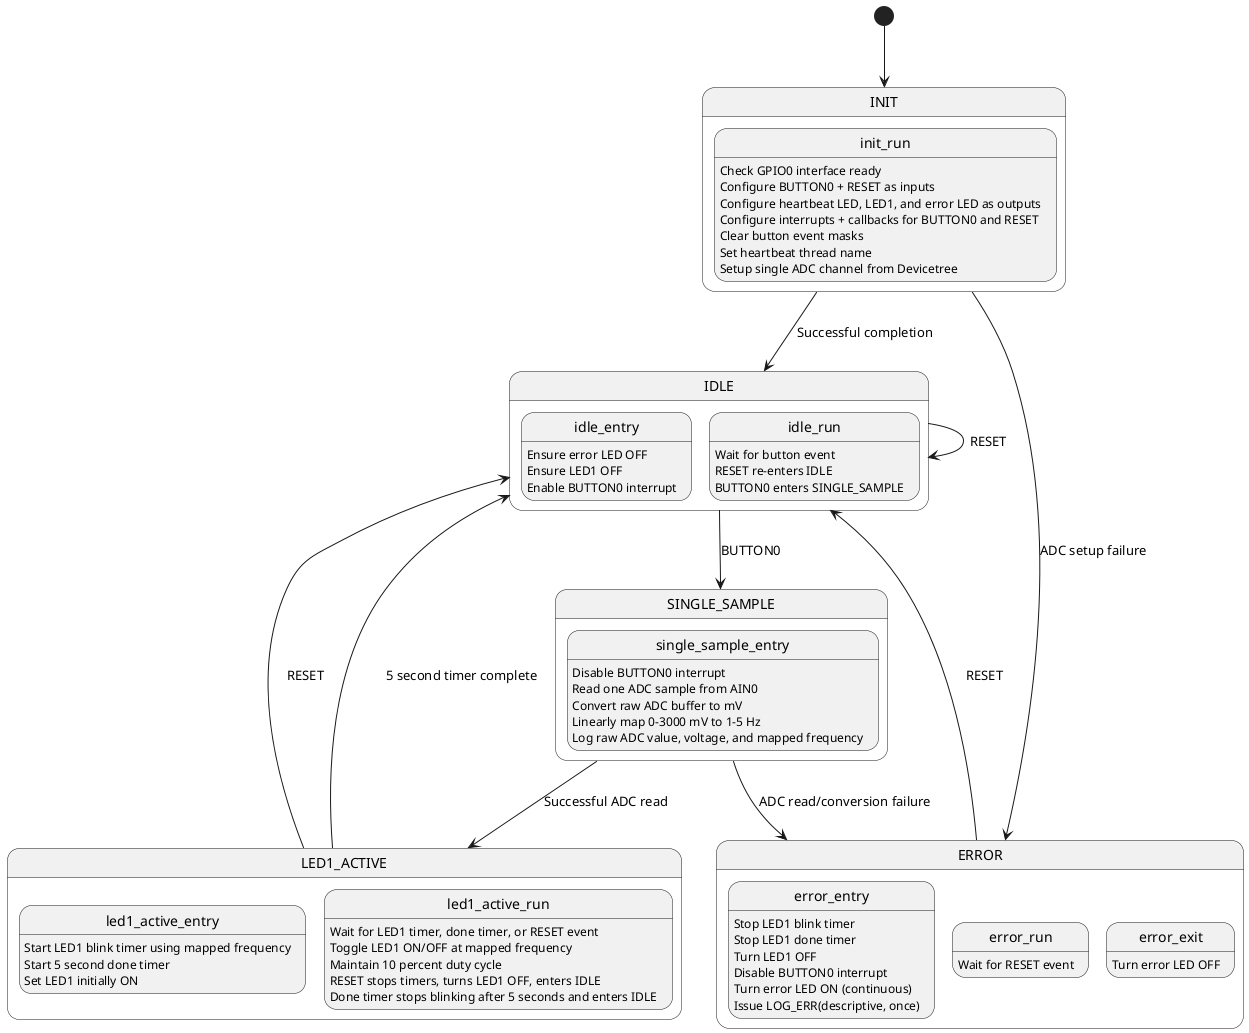
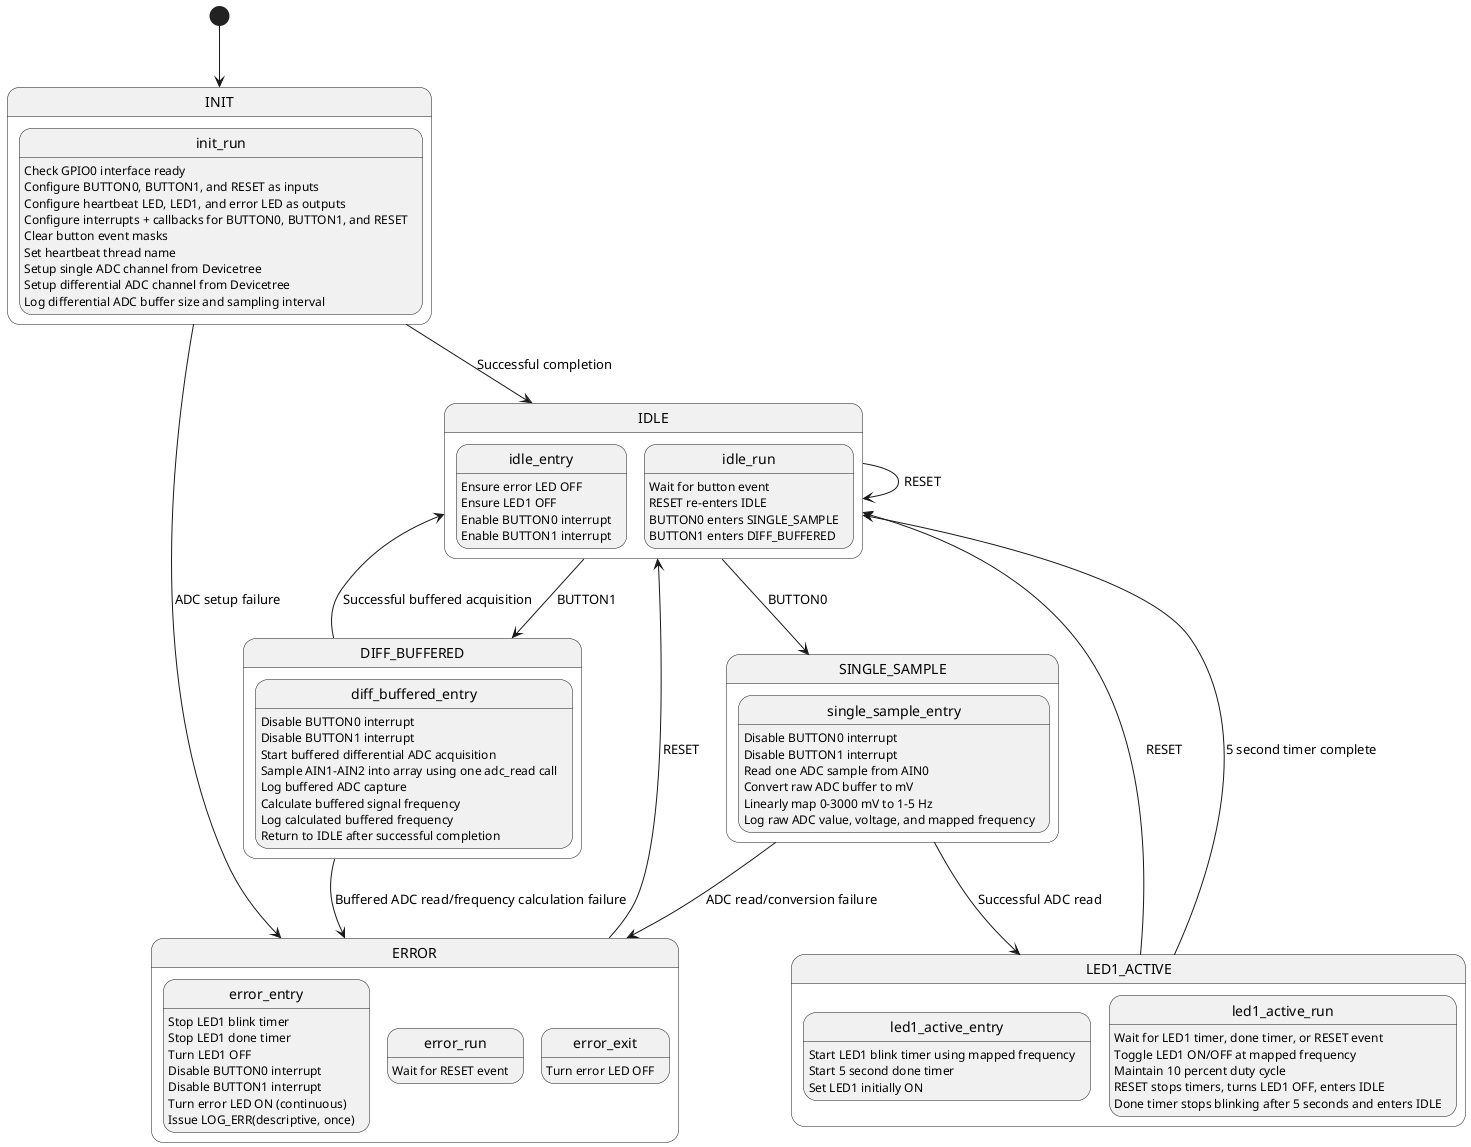
@startuml
[*] --> INIT

state INIT {
    init_run: Check GPIO0 interface ready
-     init_run: Configure BUTTON0 + RESET as inputs
+     init_run: Configure BUTTON0, BUTTON1, and RESET as inputs
    init_run: Configure heartbeat LED, LED1, and error LED as outputs
-     init_run: Configure interrupts + callbacks for BUTTON0 and RESET
+     init_run: Configure interrupts + callbacks for BUTTON0, BUTTON1, and RESET
    init_run: Clear button event masks
    init_run: Set heartbeat thread name
    init_run: Setup single ADC channel from Devicetree
+     init_run: Setup differential ADC channel from Devicetree
+     init_run: Log differential ADC buffer size and sampling interval
}

INIT -d-> IDLE : Successful completion
INIT -d-> ERROR : ADC setup failure

state IDLE {
    idle_entry: Ensure error LED OFF
    idle_entry: Ensure LED1 OFF
    idle_entry: Enable BUTTON0 interrupt
+     idle_entry: Enable BUTTON1 interrupt
    idle_run: Wait for button event
    idle_run: RESET re-enters IDLE
    idle_run: BUTTON0 enters SINGLE_SAMPLE
+     idle_run: BUTTON1 enters DIFF_BUFFERED
}

IDLE --> IDLE : RESET
IDLE --> SINGLE_SAMPLE : BUTTON0
+ IDLE --> DIFF_BUFFERED : BUTTON1

state SINGLE_SAMPLE {
    single_sample_entry: Disable BUTTON0 interrupt
+     single_sample_entry: Disable BUTTON1 interrupt
    single_sample_entry: Read one ADC sample from AIN0
    single_sample_entry: Convert raw ADC buffer to mV
    single_sample_entry: Linearly map 0-3000 mV to 1-5 Hz
    single_sample_entry: Log raw ADC value, voltage, and mapped frequency
}

SINGLE_SAMPLE --> LED1_ACTIVE : Successful ADC read
SINGLE_SAMPLE --> ERROR : ADC read/conversion failure

state LED1_ACTIVE {
    led1_active_entry: Start LED1 blink timer using mapped frequency
    led1_active_entry: Start 5 second done timer
    led1_active_entry: Set LED1 initially ON
    led1_active_run: Wait for LED1 timer, done timer, or RESET event
    led1_active_run: Toggle LED1 ON/OFF at mapped frequency
    led1_active_run: Maintain 10 percent duty cycle
    led1_active_run: RESET stops timers, turns LED1 OFF, enters IDLE
    led1_active_run: Done timer stops blinking after 5 seconds and enters IDLE
}

LED1_ACTIVE --> IDLE : RESET
LED1_ACTIVE --> IDLE : 5 second timer complete

+ state DIFF_BUFFERED {
+     diff_buffered_entry: Disable BUTTON0 interrupt
+     diff_buffered_entry: Disable BUTTON1 interrupt
+     diff_buffered_entry: Start buffered differential ADC acquisition
+     diff_buffered_entry: Sample AIN1-AIN2 into array using one adc_read call
+     diff_buffered_entry: Log buffered ADC capture
+     diff_buffered_entry: Calculate buffered signal frequency
+     diff_buffered_entry: Log calculated buffered frequency
+     diff_buffered_entry: Return to IDLE after successful completion
+ }
+ 
+ DIFF_BUFFERED --> IDLE : Successful buffered acquisition
+ DIFF_BUFFERED --> ERROR : Buffered ADC read/frequency calculation failure
+ 
state ERROR {
    error_entry: Stop LED1 blink timer
    error_entry: Stop LED1 done timer
    error_entry: Turn LED1 OFF
    error_entry: Disable BUTTON0 interrupt
+     error_entry: Disable BUTTON1 interrupt
    error_entry: Turn error LED ON (continuous)
    error_entry: Issue LOG_ERR(descriptive, once)
    error_run: Wait for RESET event
    error_exit: Turn error LED OFF
}

ERROR --> IDLE : RESET
@enduml